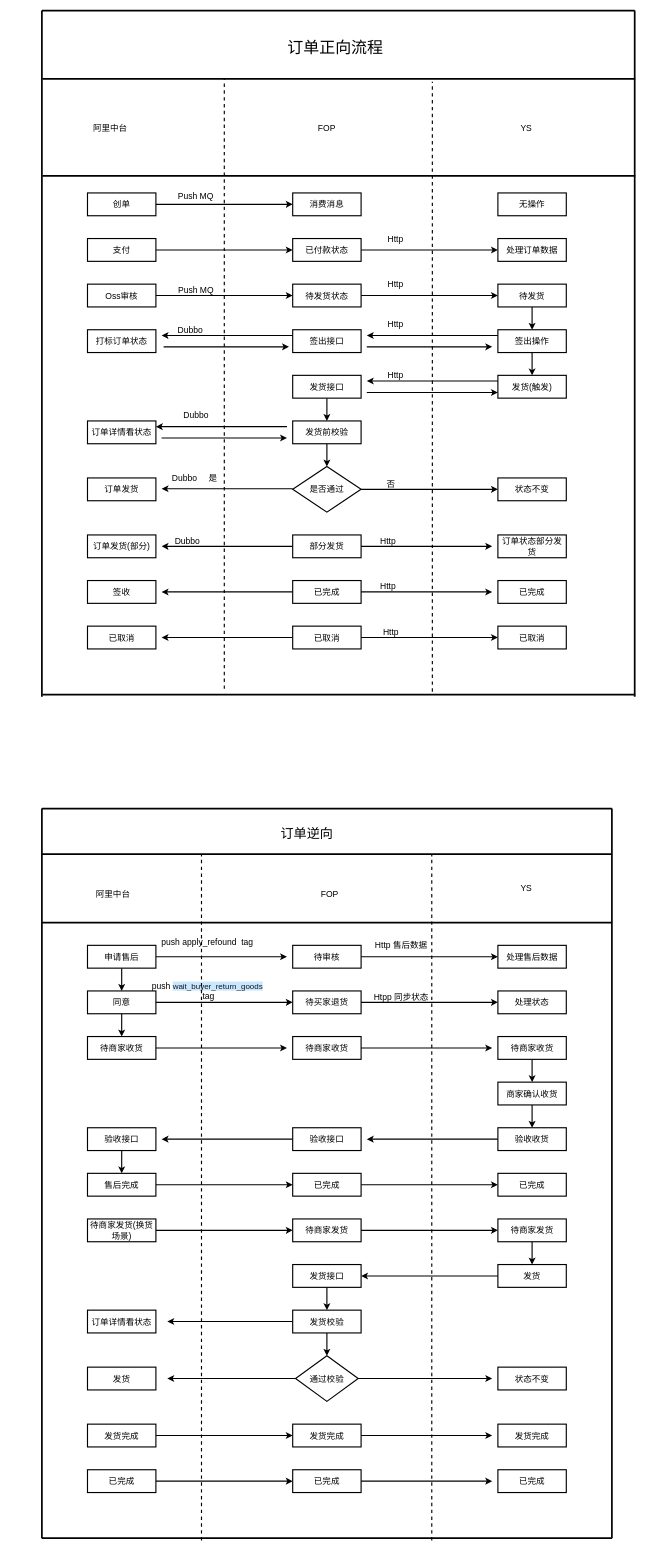
Earlier version of the draw.io diagram YS.drawio (FocusZhouGD/drawprogram). Source tidied: cells renumbered, new cells numbered last; positions are measured from the earlier drawing's top-left corner, leaving out a move shared by most shapes. Both pictures are drawn from the tidied source at 57%, with x=0, y=0 at pixel (19, 10).
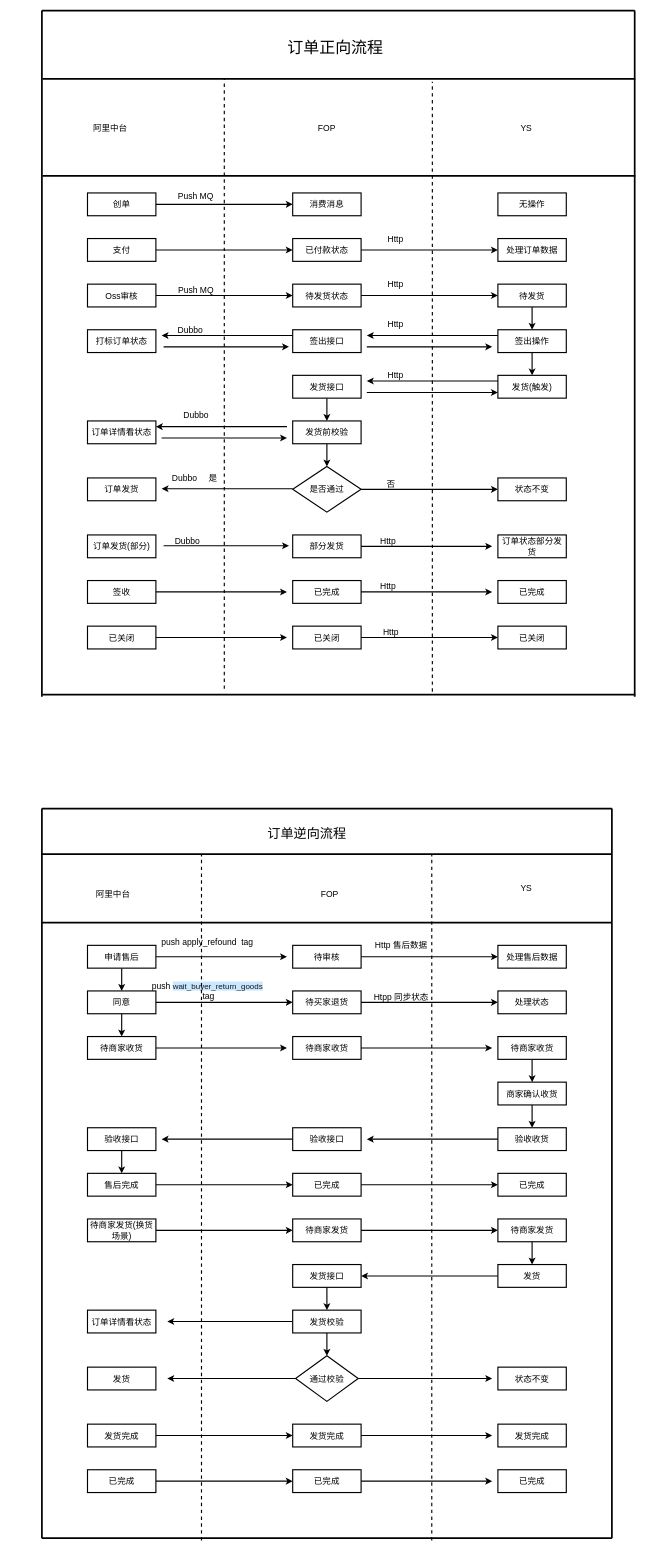
Above is the later version.

Unchanged cells that the change refers to:
```xml
<mxCell id="58" value="部分发货" style="rounded=0;whiteSpace=wrap;html=1;fontSize=15;strokeWidth=2;" parent="1" vertex="1">
  <mxGeometry x="480" y="920" width="120" height="40" as="geometry" />
</mxCell>
<mxCell id="65" value="已完成" style="rounded=0;whiteSpace=wrap;html=1;fontSize=15;strokeWidth=2;" parent="1" vertex="1">
  <mxGeometry x="480" y="1000" width="120" height="40" as="geometry" />
</mxCell>
<mxCell id="67" value="签收" style="rounded=0;whiteSpace=wrap;html=1;fontSize=15;strokeWidth=2;" parent="1" vertex="1">
  <mxGeometry x="120" y="1000" width="120" height="40" as="geometry" />
</mxCell>
```

Diff of the diagram source:
```diff
@@
-    <mxCell id="57" style="edgeStyle=orthogonalEdgeStyle;rounded=0;jettySize=auto;html=1;fontSize=15;strokeWidth=2;" parent="1" edge="1" source="58">
-      <mxGeometry relative="1" as="geometry">
-        <mxPoint x="250" y="940" as="targetPoint" />
-      </mxGeometry>
-    </mxCell>
@@
-    <mxCell id="63" style="edgeStyle=orthogonalEdgeStyle;rounded=0;jettySize=auto;html=1;fontSize=15;strokeWidth=2;" parent="1" edge="1" source="65">
-      <mxGeometry relative="1" as="geometry">
-        <mxPoint x="250" y="1020" as="targetPoint" />
-      </mxGeometry>
-    </mxCell>
@@
+    <mxCell id="159" style="edgeStyle=orthogonalEdgeStyle;rounded=0;jettySize=auto;html=1;fontSize=23;strokeWidth=2;" parent="1" edge="1" source="67">
+      <mxGeometry relative="1" as="geometry">
+        <mxPoint x="470" y="1020" as="targetPoint" />
+      </mxGeometry>
+    </mxCell>
@@
-    <mxCell id="68" style="edgeStyle=orthogonalEdgeStyle;rounded=0;jettySize=auto;html=1;fontSize=15;strokeWidth=2;" parent="1" edge="1" source="70">
-      <mxGeometry relative="1" as="geometry">
-        <mxPoint x="250" y="1100" as="targetPoint" />
-      </mxGeometry>
-    </mxCell>
@@
-    <mxCell id="70" value="已取消" style="rounded=0;whiteSpace=wrap;html=1;fontSize=15;strokeWidth=2;" parent="1" vertex="1">
+    <mxCell id="70" value="已关闭" style="rounded=0;whiteSpace=wrap;html=1;fontSize=15;strokeWidth=2;" parent="1" vertex="1">
       <mxGeometry x="480" y="1080" width="120" height="40" as="geometry" />
     </mxCell>
-    <mxCell id="71" value="已取消" style="rounded=0;whiteSpace=wrap;html=1;fontSize=15;strokeWidth=2;" parent="1" vertex="1">
+    <mxCell id="71" value="已关闭" style="rounded=0;whiteSpace=wrap;html=1;fontSize=15;strokeWidth=2;" parent="1" vertex="1">
       <mxGeometry x="840" y="1080" width="120" height="40" as="geometry" />
     </mxCell>
+    <mxCell id="160" style="edgeStyle=orthogonalEdgeStyle;rounded=0;jettySize=auto;html=1;fontSize=23;strokeWidth=2;" parent="1" edge="1" source="72">
+      <mxGeometry relative="1" as="geometry">
+        <mxPoint x="470" y="1100" as="targetPoint" />
+      </mxGeometry>
+    </mxCell>
-    <mxCell id="72" value="已取消" style="rounded=0;whiteSpace=wrap;html=1;fontSize=15;strokeWidth=2;" parent="1" vertex="1">
+    <mxCell id="72" value="已关闭" style="rounded=0;whiteSpace=wrap;html=1;fontSize=15;strokeWidth=2;" parent="1" vertex="1">
       <mxGeometry x="120" y="1080" width="120" height="40" as="geometry" />
     </mxCell>
@@
-    <mxCell id="152" value="&lt;font style=&quot;font-size: 23px&quot;&gt;订单逆向&lt;/font&gt;" style="text;html=1;strokeColor=none;fillColor=none;align=center;verticalAlign=middle;whiteSpace=wrap;rounded=0;fontSize=15;strokeWidth=2;" parent="1" vertex="1">
+    <mxCell id="152" value="&lt;font style=&quot;font-size: 23px&quot;&gt;订单逆向流程&lt;/font&gt;" style="text;html=1;strokeColor=none;fillColor=none;align=center;verticalAlign=middle;whiteSpace=wrap;rounded=0;fontSize=15;strokeWidth=2;" parent="1" vertex="1">
       <mxGeometry x="435" y="1430" width="140" height="30" as="geometry" />
     </mxCell>
@@
+    <mxCell id="161" style="endArrow=classic;html=1;rounded=0;fontSize=15;strokeWidth=2;" parent="1" edge="1">
+      <mxGeometry relative="1" as="geometry">
+        <mxPoint x="263.5" y="939" as="sourcePoint" />
+        <mxPoint x="473.5" y="939" as="targetPoint" />
+        <Array as="points">
+          <mxPoint x="253.5" y="939" />
+        </Array>
+      </mxGeometry>
+    </mxCell>
```
